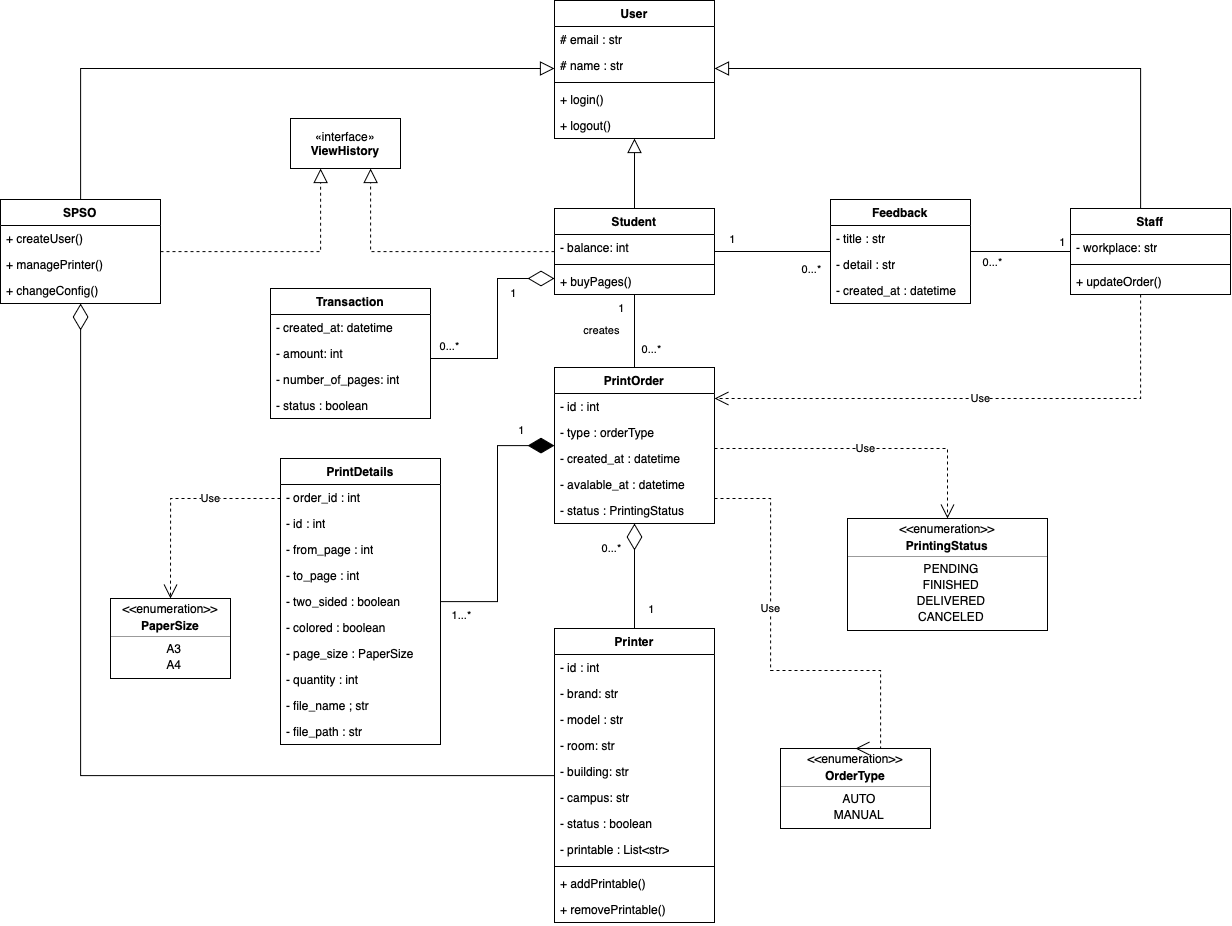
Before: domain-model.drawio.png, a diagram exported from draw.io (blueonline07/test-somth). Source tidied: cells renumbered, new cells last; positions are measured from the earlier drawing's top-left corner, leaving out a move shared by most shapes.
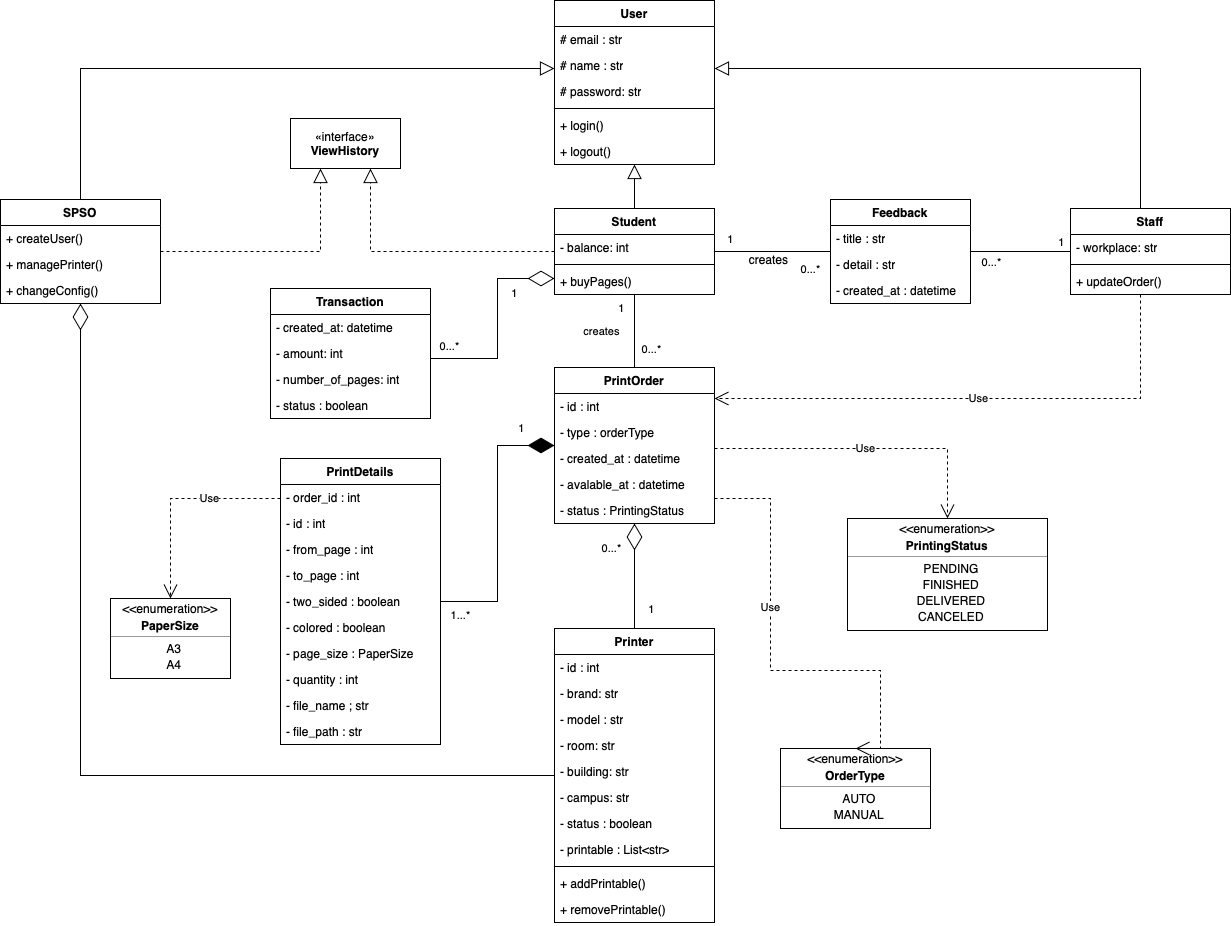
After the change.

Change to the diagram source:
```diff
@@ -3,7 +3,7 @@
     <mxCell id="0" />
     <mxCell id="1" parent="0" />
     <mxCell id="2" value="User" style="swimlane;fontStyle=1;align=center;verticalAlign=top;horizontal=1;startSize=26;whiteSpace=wrap;html=1;" parent="1" vertex="1">
-      <mxGeometry x="554" width="160" height="138" as="geometry" />
+      <mxGeometry x="554" width="160" height="164" as="geometry" />
     </mxCell>
     <mxCell id="3" value="# email : str&lt;span style=&quot;caret-color: rgba(0, 0, 0, 0); color: rgba(0, 0, 0, 0); font-family: monospace; font-size: 0px; white-space: nowrap;&quot;&gt;%3CmxGraphModel%3E%3Croot%3E%3CmxCell%20id%3D%220%22%2F%3E%3CmxCell%20id%3D%221%22%20parent%3D%220%22%2F%3E%3CmxCell%20id%3D%222%22%20value%3D%22%22%20style%3D%22endArrow%3Dnone%3Bhtml%3D1%3Brounded%3D0%3B%22%20edge%3D%221%22%20parent%3D%221%22%3E%3CmxGeometry%20relative%3D%221%22%20as%3D%22geometry%22%3E%3CmxPoint%20x%3D%22860%22%20y%3D%22515%22%20as%3D%22sourcePoint%22%2F%3E%3CmxPoint%20x%3D%22860%22%20y%3D%22404%22%20as%3D%22targetPoint%22%2F%3E%3C%2FmxGeometry%3E%3C%2FmxCell%3E%3C%2Froot%3E%3C%2FmxGraphModel%3E&lt;/span&gt;" style="text;strokeColor=none;fillColor=none;align=left;verticalAlign=top;spacingLeft=4;spacingRight=4;overflow=hidden;whiteSpace=wrap;html=1;" parent="2" vertex="1">
       <mxGeometry y="26" width="160" height="26" as="geometry" />
@@ -11,14 +11,17 @@
     <mxCell id="4" value="# name : str" style="text;strokeColor=none;fillColor=none;align=left;verticalAlign=top;spacingLeft=4;spacingRight=4;overflow=hidden;whiteSpace=wrap;html=1;" parent="2" vertex="1">
       <mxGeometry y="52" width="160" height="26" as="geometry" />
     </mxCell>
+    <mxCell id="111" value="# password: str" style="text;strokeColor=none;fillColor=none;align=left;verticalAlign=top;spacingLeft=4;spacingRight=4;overflow=hidden;whiteSpace=wrap;html=1;" parent="2" vertex="1">
+      <mxGeometry y="78" width="160" height="26" as="geometry" />
+    </mxCell>
     <mxCell id="5" style="line;strokeWidth=1;fillColor=none;align=left;verticalAlign=middle;spacingTop=-1;spacingLeft=3;spacingRight=3;labelPosition=right;strokeColor=inherit;" parent="2" vertex="1">
-      <mxGeometry y="78" width="160" height="8" as="geometry" />
+      <mxGeometry y="104" width="160" height="8" as="geometry" />
     </mxCell>
     <mxCell id="6" value="+ login()" style="text;strokeColor=none;fillColor=none;align=left;verticalAlign=top;spacingLeft=4;spacingRight=4;overflow=hidden;whiteSpace=wrap;html=1;" parent="2" vertex="1">
-      <mxGeometry y="86" width="160" height="26" as="geometry" />
+      <mxGeometry y="112" width="160" height="26" as="geometry" />
     </mxCell>
     <mxCell id="7" value="+ logout()" style="text;strokeColor=none;fillColor=none;align=left;verticalAlign=top;spacingLeft=4;spacingRight=4;overflow=hidden;whiteSpace=wrap;html=1;" parent="2" vertex="1">
-      <mxGeometry y="112" width="160" height="26" as="geometry" />
+      <mxGeometry y="138" width="160" height="26" as="geometry" />
     </mxCell>
     <mxCell id="8" value="Student" style="swimlane;fontStyle=1;align=center;verticalAlign=top;horizontal=1;startSize=26;whiteSpace=wrap;html=1;" parent="1" vertex="1">
       <mxGeometry x="554" y="208" width="160" height="86" as="geometry" />
@@ -213,6 +216,11 @@
         <mxPoint y="20" as="offset" />
       </mxGeometry>
     </mxCell>
+    <mxCell id="112" value="creates" style="edgeLabel;html=1;align=center;verticalAlign=middle;fontSize=12;" parent="62" vertex="1">
+      <mxGeometry x="-0.07" y="2" relative="1" as="geometry">
+        <mxPoint x="-1" y="9" as="offset" />
+      </mxGeometry>
+    </mxCell>
     <mxCell id="65" style="edgeStyle=none;html=1;endSize=12;endArrow=block;endFill=0;rounded=0;" parent="1" edge="1" source="8" target="2">
       <mxGeometry relative="1" as="geometry" />
     </mxCell>
```
